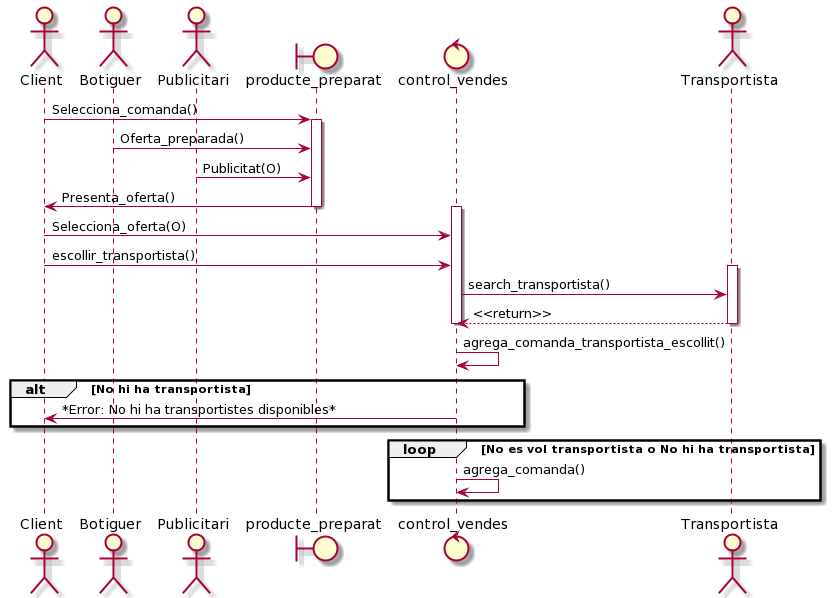
polpagesdev/delivery-app keeps this PlantUML diagram as diagrams/Seq_Diagram_Seleccio_comanda.png. Above is the earlier version.
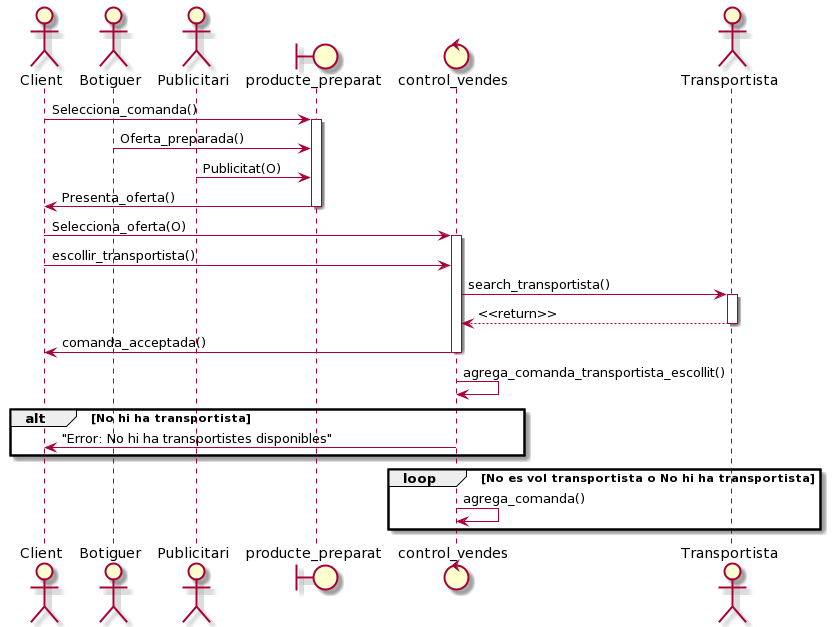
After the commit.

Change to the diagram source:
```diff
@@ -12,22 +12,23 @@
 Publicitari -> producte_preparat : Publicitat(O)
 producte_preparat -> Client : Presenta_oferta()
 deactivate producte_preparat
-activate control_vendes
 
 Client -> control_vendes : Selecciona_oferta(O)
+activate control_vendes
 Client -> control_vendes : escollir_transportista()
 
+
+control_vendes -> Transportista : search_transportista()
 activate Transportista
-control_vendes -> Transportista : search_transportista()
-
 Transportista --> control_vendes : <<return>>
 deactivate Transportista
+control_vendes -> Client: comanda_acceptada()
 deactivate control_vendes
 
 
 control_vendes -> control_vendes : agrega_comanda_transportista_escollit()
 alt No hi ha transportista
-   control_vendes -> Client : *Error: No hi ha transportistes disponibles*
+   control_vendes -> Client : "Error: No hi ha transportistes disponibles"
 end
 loop No es vol transportista o No hi ha transportista
    control_vendes -> control_vendes : agrega_comanda()
```
